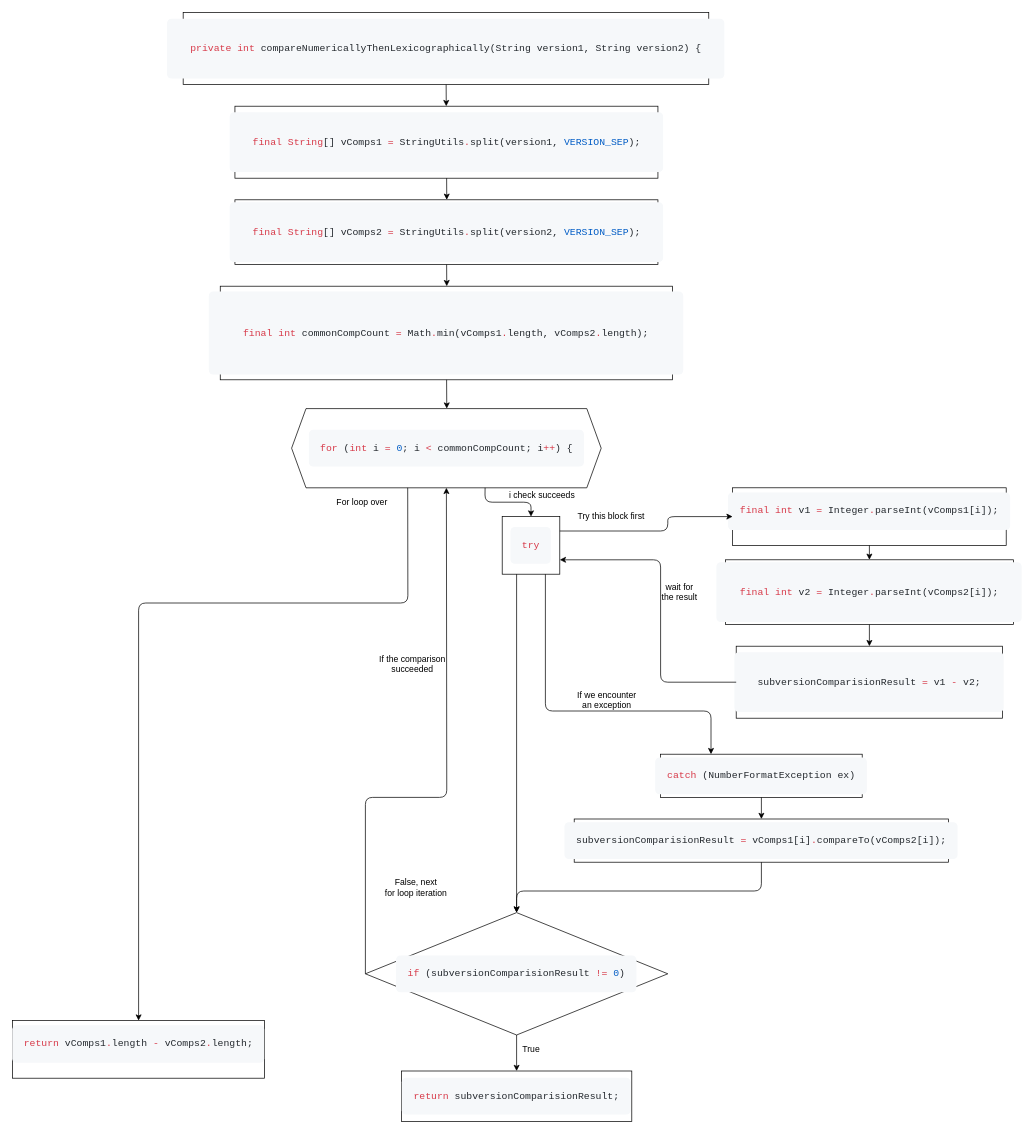
Before: SoftCon2020_Assignment_1/Part 2 Drawings/private int compareNumericallyThenLexicographically.drawio in iamrahul-9/swc-group2, a draw.io diagram. Source tidied: cells renumbered, new cells numbered last; positions are measured from the earlier drawing's top-left corner, leaving out a move shared by most shapes. Both pictures are drawn from the tidied source at 72%, with x=0, y=0 at pixel (12, 12).
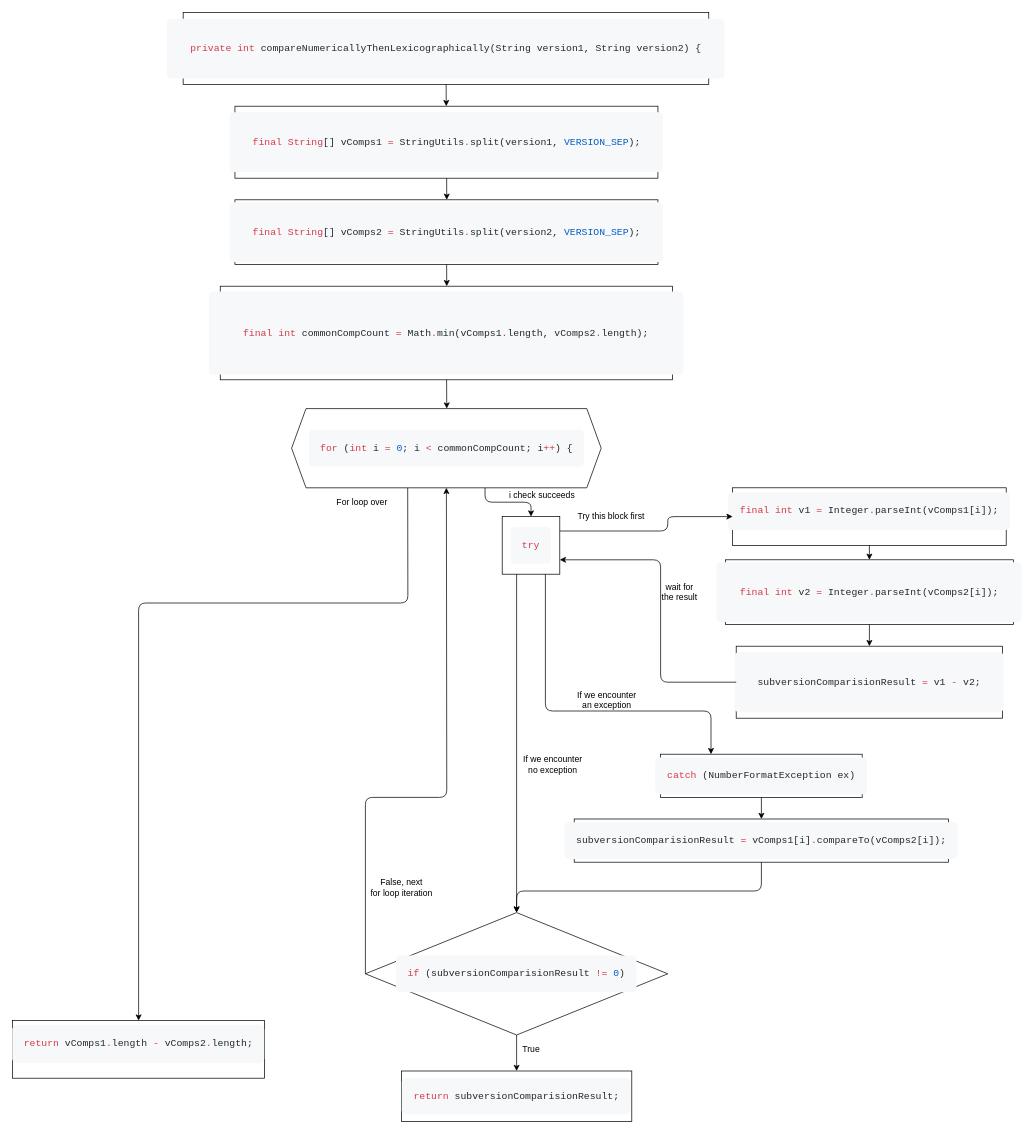
Above is the later version.

Commit message (it also covers changes not shown here):
typo in diagram for method 2

Change to the diagram source:
```diff
@@
-    <mxCell id="35" value="If the comparison&lt;br&gt;succeeded" style="text;html=1;align=center;verticalAlign=middle;" parent="1" vertex="1">
-      <mxGeometry x="500" y="890" width="110" height="30" as="geometry" />
-    </mxCell>
@@
     <mxCell id="37" value="False, next&lt;br&gt;for loop iteration" style="text;html=1;align=center;verticalAlign=middle;" parent="1" vertex="1">
-      <mxGeometry x="510" y="1200" width="100" height="30" as="geometry" />
+      <mxGeometry x="490" y="1200" width="100" height="30" as="geometry" />
     </mxCell>
@@
+    <mxCell id="40" value="If we encounter&lt;br&gt;no exception" style="text;html=1;align=center;verticalAlign=middle;" parent="1" vertex="1">
+      <mxGeometry x="700" y="1030" width="100" height="30" as="geometry" />
+    </mxCell>
```
